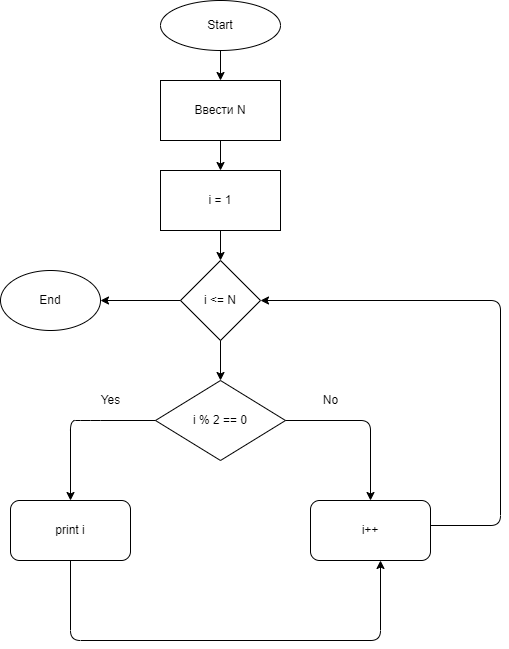
Earlier version of the draw.io export Task4/diagram4.drawio.png (XeniaLS13/Homework1). Source tidied: cells renumbered, new cells last; positions are measured from the earlier drawing's top-left corner, leaving out a move shared by most shapes.
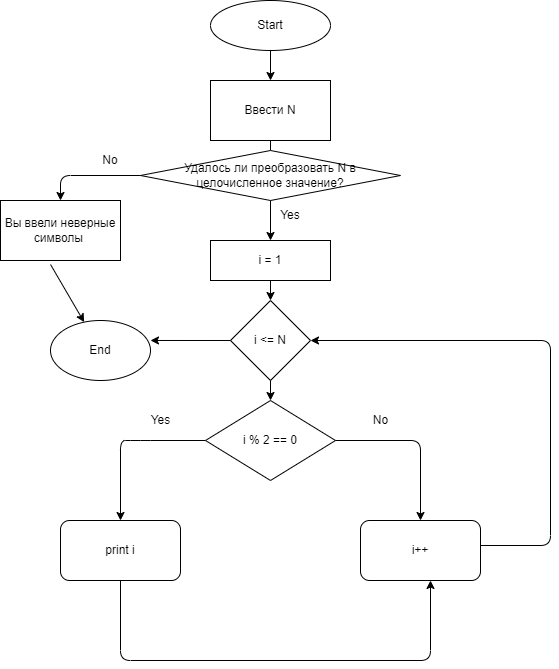
The same diagram one commit later.

Commit message:
Внесли изменения в блок-схему

Change to the diagram source:
```diff
@@ -3,25 +3,25 @@
     <mxCell id="0" />
     <mxCell id="1" parent="0" />
     <mxCell id="2" value="Start" style="ellipse;whiteSpace=wrap;html=1;" parent="1" vertex="1">
-      <mxGeometry x="160" width="120" height="50" as="geometry" />
+      <mxGeometry x="160" y="-20" width="120" height="50" as="geometry" />
     </mxCell>
     <mxCell id="3" style="endArrow=classic;html=1;exitX=0.5;exitY=1;exitDx=0;exitDy=0;" parent="1" edge="1" source="2" target="4">
       <mxGeometry relative="1" as="geometry" />
     </mxCell>
     <mxCell id="4" value="Ввести N" style="rounded=0;whiteSpace=wrap;html=1;" parent="1" vertex="1">
-      <mxGeometry x="160" y="80" width="120" height="60" as="geometry" />
+      <mxGeometry x="160" y="60" width="120" height="60" as="geometry" />
     </mxCell>
     <mxCell id="5" style="endArrow=classic;html=1;exitX=0.5;exitY=1;exitDx=0;exitDy=0;" parent="1" edge="1" source="4" target="6">
       <mxGeometry relative="1" as="geometry" />
     </mxCell>
     <mxCell id="6" value="i = 1" style="rounded=0;whiteSpace=wrap;html=1;" parent="1" vertex="1">
-      <mxGeometry x="160" y="170" width="120" height="60" as="geometry" />
+      <mxGeometry x="160" y="220" width="120" height="40" as="geometry" />
     </mxCell>
     <mxCell id="7" style="endArrow=classic;html=1;exitX=0.5;exitY=1;exitDx=0;exitDy=0;" parent="1" edge="1" source="6" target="8">
       <mxGeometry relative="1" as="geometry" />
     </mxCell>
     <mxCell id="8" value="i &amp;lt;= N" style="rhombus;whiteSpace=wrap;html=1;" parent="1" vertex="1">
-      <mxGeometry x="180" y="260" width="80" height="80" as="geometry" />
+      <mxGeometry x="180" y="280" width="80" height="80" as="geometry" />
     </mxCell>
     <mxCell id="9" value="i % 2 == 0" style="rhombus;whiteSpace=wrap;html=1;" parent="1" vertex="1">
       <mxGeometry x="155" y="380" width="130" height="80" as="geometry" />
@@ -60,7 +60,7 @@
         <mxPoint x="430" y="525" as="sourcePoint" />
         <Array as="points">
           <mxPoint x="500" y="525" />
-          <mxPoint x="500" y="300" />
+          <mxPoint x="500" y="320" />
         </Array>
       </mxGeometry>
     </mxCell>
@@ -73,16 +73,36 @@
         </Array>
       </mxGeometry>
     </mxCell>
-    <mxCell id="18" style="endArrow=classic;html=1;exitX=0;exitY=0.5;exitDx=0;exitDy=0;" parent="1" edge="1" source="8">
-      <mxGeometry relative="1" as="geometry">
-        <mxPoint x="100" y="300" as="targetPoint" />
-      </mxGeometry>
+    <mxCell id="18" style="endArrow=classic;html=1;exitX=0;exitY=0.5;exitDx=0;exitDy=0;entryX=1;entryY=0.333;entryDx=0;entryDy=0;entryPerimeter=0;" parent="1" edge="1" source="8" target="20">
+      <mxGeometry relative="1" as="geometry" />
     </mxCell>
     <mxCell id="19" value="i++" style="rounded=1;whiteSpace=wrap;html=1;" parent="1" vertex="1">
       <mxGeometry x="310" y="500" width="120" height="60" as="geometry" />
     </mxCell>
     <mxCell id="20" value="End" style="ellipse;whiteSpace=wrap;html=1;" parent="1" vertex="1">
-      <mxGeometry y="270" width="100" height="60" as="geometry" />
+      <mxGeometry y="300" width="100" height="60" as="geometry" />
     </mxCell>
+    <mxCell id="21" value="Удалось ли преобразовать N в целочисленное значение?" style="rhombus;whiteSpace=wrap;html=1;" parent="1" vertex="1">
+      <mxGeometry x="90" y="130" width="260" height="50" as="geometry" />
+    </mxCell>
+    <mxCell id="22" value="Yes" style="text;html=1;strokeColor=none;fillColor=none;align=center;verticalAlign=middle;whiteSpace=wrap;rounded=0;" parent="1" vertex="1">
+      <mxGeometry x="220" y="180" width="40" height="30" as="geometry" />
+    </mxCell>
+    <mxCell id="23" style="endArrow=classic;html=1;exitX=0;exitY=0.5;exitDx=0;exitDy=0;" parent="1" edge="1" source="21" target="24">
+      <mxGeometry relative="1" as="geometry">
+        <Array as="points">
+          <mxPoint x="10" y="155" />
+        </Array>
+      </mxGeometry>
+    </mxCell>
+    <mxCell id="24" value="Вы ввели неверные символы&amp;nbsp;" style="rounded=0;whiteSpace=wrap;html=1;" parent="1" vertex="1">
+      <mxGeometry x="-50" y="180" width="120" height="60" as="geometry" />
+    </mxCell>
+    <mxCell id="25" style="endArrow=classic;html=1;exitX=0.417;exitY=1.067;exitDx=0;exitDy=0;exitPerimeter=0;" parent="1" edge="1" source="24" target="20">
+      <mxGeometry relative="1" as="geometry" />
+    </mxCell>
+    <mxCell id="26" value="No" style="text;html=1;strokeColor=none;fillColor=none;align=center;verticalAlign=middle;whiteSpace=wrap;rounded=0;" parent="1" vertex="1">
+      <mxGeometry x="30" y="130" width="60" height="20" as="geometry" />
+    </mxCell>
   </root>
 </mxGraphModel>
```
